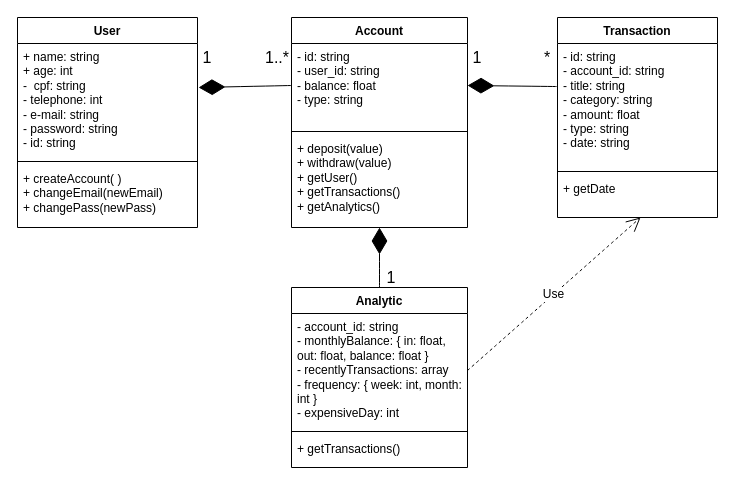
Earlier version of the draw.io diagram page "Diagrama de Classes" (1 of 3) of _documentação/diagrams.drawio (gabrielgallan/Transactions_Analytics_App). Source tidied: cells renumbered, new cells numbered last; positions are measured from the earlier drawing's top-left corner, leaving out a move shared by most shapes. Both pictures are drawn from the tidied source at 100%, with x=0, y=0 at pixel (17, 17).
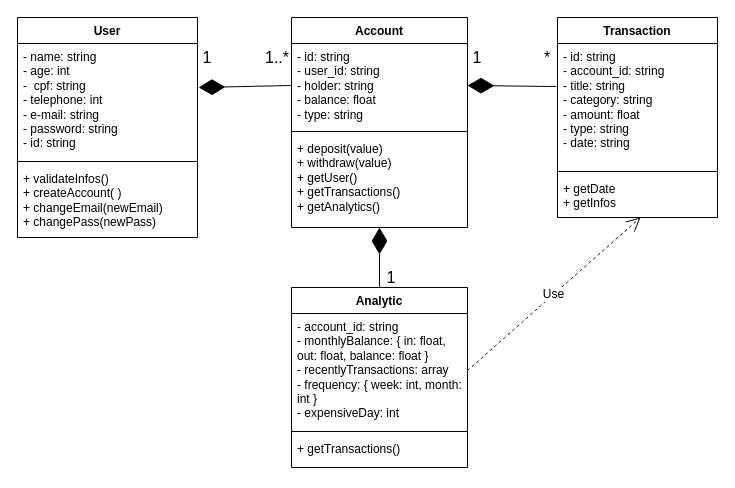
The same page after the edit.

The change refers to these unchanged cells:
```xml
<mxCell id="6" value="Account" style="swimlane;fontStyle=1;align=center;verticalAlign=top;horizontal=1;startSize=26;whiteSpace=wrap;html=1;" parent="1" vertex="1">
  <mxGeometry x="274" width="176" height="210" as="geometry" />
</mxCell>
<mxCell id="10" value="Transaction" style="swimlane;fontStyle=1;align=center;verticalAlign=top;horizontal=1;startSize=26;whiteSpace=wrap;html=1;" parent="1" vertex="1">
  <mxGeometry x="540" width="160" height="200" as="geometry" />
</mxCell>
```

The edit, as a diff of the source:
```diff
@@
     <mxCell id="2" value="User" style="swimlane;fontStyle=1;align=center;verticalAlign=top;horizontal=1;startSize=26;whiteSpace=wrap;html=1;" parent="1" vertex="1">
-      <mxGeometry width="180" height="210" as="geometry" />
+      <mxGeometry width="180" height="220" as="geometry" />
     </mxCell>
-    <mxCell id="3" value="+ name: string&lt;div&gt;+ age: int&lt;br&gt;&lt;div&gt;-&amp;nbsp; cpf: string&lt;/div&gt;&lt;div&gt;- telephone: int&lt;/div&gt;&lt;/div&gt;&lt;div&gt;- e-mail: string&lt;/div&gt;&lt;div&gt;- password: string&lt;/div&gt;&lt;div&gt;- id: string&lt;/div&gt;" style="text;strokeColor=none;fillColor=none;align=left;verticalAlign=top;spacingLeft=4;spacingRight=4;overflow=hidden;points=[[0,0.5],[1,0.5]];portConstraint=eastwest;whiteSpace=wrap;html=1;" parent="2" vertex="1">
+    <mxCell id="3" value="- name: string&lt;div&gt;- age: int&lt;br&gt;&lt;div&gt;-&amp;nbsp; cpf: string&lt;/div&gt;&lt;div&gt;- telephone: int&lt;/div&gt;&lt;/div&gt;&lt;div&gt;- e-mail: string&lt;/div&gt;&lt;div&gt;- password: string&lt;/div&gt;&lt;div&gt;- id: string&lt;/div&gt;" style="text;strokeColor=none;fillColor=none;align=left;verticalAlign=top;spacingLeft=4;spacingRight=4;overflow=hidden;points=[[0,0.5],[1,0.5]];portConstraint=eastwest;whiteSpace=wrap;html=1;" parent="2" vertex="1">
       <mxGeometry y="26" width="180" height="114" as="geometry" />
     </mxCell>
@@
-    <mxCell id="5" value="+ createAccount( )&lt;div&gt;+ changeEmail(newEmail)&lt;/div&gt;&lt;div&gt;+ changePass(newPass)&lt;/div&gt;" style="text;strokeColor=none;fillColor=none;align=left;verticalAlign=top;spacingLeft=4;spacingRight=4;overflow=hidden;whiteSpace=wrap;html=1;" parent="2" vertex="1">
-      <mxGeometry y="148" width="180" height="62" as="geometry" />
+    <mxCell id="5" value="&lt;div&gt;+ validateInfos()&lt;/div&gt;+ createAccount( )&lt;div&gt;+ changeEmail(newEmail)&lt;/div&gt;&lt;div&gt;+ changePass(newPass)&lt;/div&gt;" style="text;strokeColor=none;fillColor=none;align=left;verticalAlign=top;spacingLeft=4;spacingRight=4;overflow=hidden;whiteSpace=wrap;html=1;" parent="2" vertex="1">
+      <mxGeometry y="148" width="180" height="72" as="geometry" />
     </mxCell>
@@
-    <mxCell id="7" value="- id: string&lt;div&gt;- user_id: string&lt;/div&gt;&lt;div&gt;- balance: float&lt;/div&gt;&lt;div&gt;- type: string&lt;/div&gt;" style="text;strokeColor=none;fillColor=none;align=left;verticalAlign=top;spacingLeft=4;spacingRight=4;overflow=hidden;points=[[0,0.5],[1,0.5]];portConstraint=eastwest;whiteSpace=wrap;html=1;" parent="6" vertex="1">
+    <mxCell id="7" value="- id: string&lt;div&gt;- user_id: string&lt;/div&gt;&lt;div&gt;- holder: string&lt;/div&gt;&lt;div&gt;- balance: float&lt;/div&gt;&lt;div&gt;- type: string&lt;/div&gt;" style="text;strokeColor=none;fillColor=none;align=left;verticalAlign=top;spacingLeft=4;spacingRight=4;overflow=hidden;points=[[0,0.5],[1,0.5]];portConstraint=eastwest;whiteSpace=wrap;html=1;" parent="6" vertex="1">
       <mxGeometry y="26" width="176" height="84" as="geometry" />
     </mxCell>
@@
-    <mxCell id="13" value="+ getDate&lt;div&gt;&lt;br&gt;&lt;/div&gt;" style="text;strokeColor=none;fillColor=none;align=left;verticalAlign=top;spacingLeft=4;spacingRight=4;overflow=hidden;points=[[0,0.5],[1,0.5]];portConstraint=eastwest;whiteSpace=wrap;html=1;" parent="10" vertex="1">
+    <mxCell id="13" value="+ getDate&lt;div&gt;&lt;font color=&quot;#000000&quot;&gt;+ getInfos&lt;br&gt;&lt;/font&gt;&lt;div&gt;&lt;br&gt;&lt;/div&gt;&lt;/div&gt;" style="text;strokeColor=none;fillColor=none;align=left;verticalAlign=top;spacingLeft=4;spacingRight=4;overflow=hidden;points=[[0,0.5],[1,0.5]];portConstraint=eastwest;whiteSpace=wrap;html=1;" parent="10" vertex="1">
       <mxGeometry y="158" width="160" height="42" as="geometry" />
     </mxCell>
```
